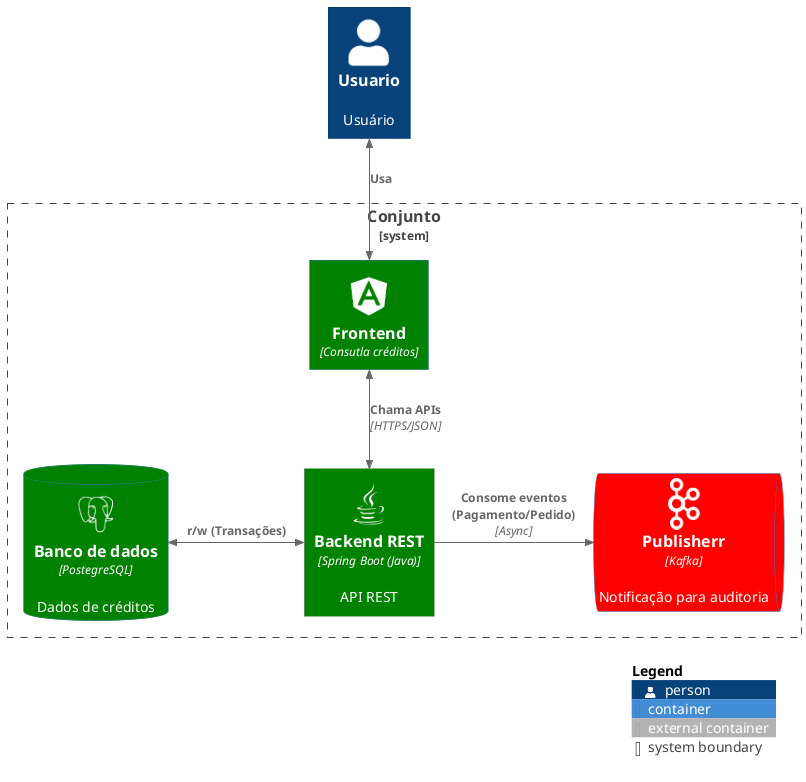
Above: diagramac4.png in andrecs2/credito-guide (PlantUML), before the change.
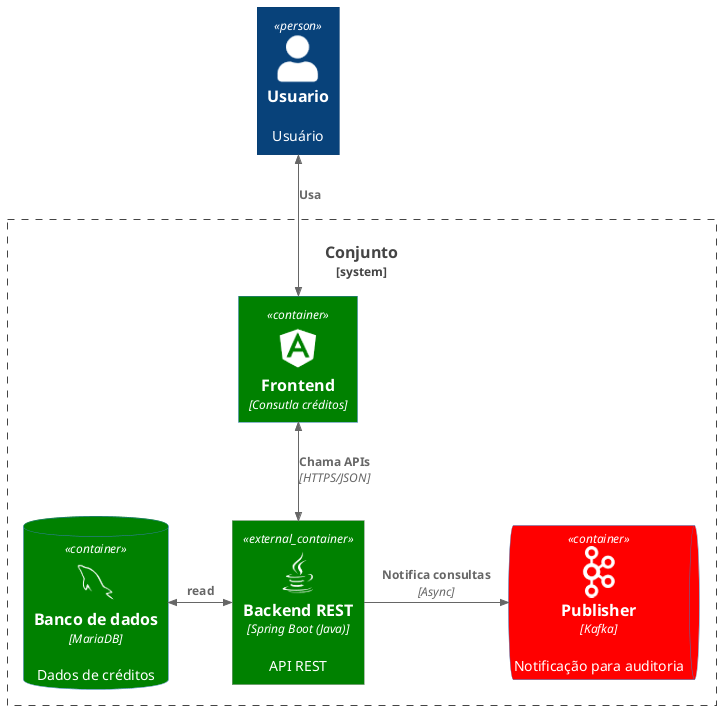
Later version of the same file.

What changed in the source:
```diff
@@ -5,7 +5,7 @@
 !define DEVICONS2 https://raw.githubusercontent.com/tupadr3/plantuml-icon-font-sprites/main/icons/devicons2
 
 !include DEVICONS/java.puml
-!include DEVICONS/postgresql.puml
+!include DEVICONS/mysql.puml
 !include DEVICONS/nodejs.puml
 !include DEVICONS/angular.puml
 !include DEVICONS/react.puml
@@ -13,7 +13,6 @@
 !include DEVICONS2/grafana.puml
 !includeurl https://raw.githubusercontent.com/plantuml-stdlib/C4-PlantUML/master/C4_Container.puml
 
-LAYOUT_WITH_LEGEND()
 
 Person(usuario, "Usuario", "Usuário")
 
@@ -22,8 +21,8 @@
 
 System_Boundary(contaantiga, "Conjunto") {
     Container_Ext(backend_app, "Backend REST ", "Spring Boot (Java)", $sprite="java" ,"API REST ")#Green
-    ContainerDb(bd_pg, "Banco de dados", "PostegreSQL", "Dados de créditos", $sprite="postgresql")#Green
-    ContainerQueue(broker, "Publisherr", "Kafka", "Notificação para auditoria",$sprite="apachekafka_original") #Red
+    ContainerDb(bd_pg, "Banco de dados", "MariaDB", "Dados de créditos", $sprite="mysql")#Green
+    ContainerQueue(broker, "Publisher", "Kafka", "Notificação para auditoria",$sprite="apachekafka_original") #Red
     Container(front_app, "Frontend", $sprite="angular", "Consutla créditos") #Green
 }
 
@@ -37,21 +36,9 @@
 
 
 
-Rel_R(backend_app, broker, "Consome eventos (Pagamento/Pedido)", "Async")
-BiRel_L(backend_app, bd_pg, "r/w (Transações)")
+Rel_R(backend_app, broker, "Notifica consultas", "Async")
+BiRel_L(backend_app, bd_pg, "read")
 
 
 
-
-
-
-
-legend
-<color:#FF0000>Últimas Alterações:</color>
-* **<color:#FF0000>Autorização no Keycloak</color> Adicionada** para todas as APIs de negócio.
-* **<color:#FF0000>Ligação do `accountApi`</color>** com o `accountApiDb` corrigida.
-end legend
-SHOW_LEGEND()
-
-
 @enduml
```
